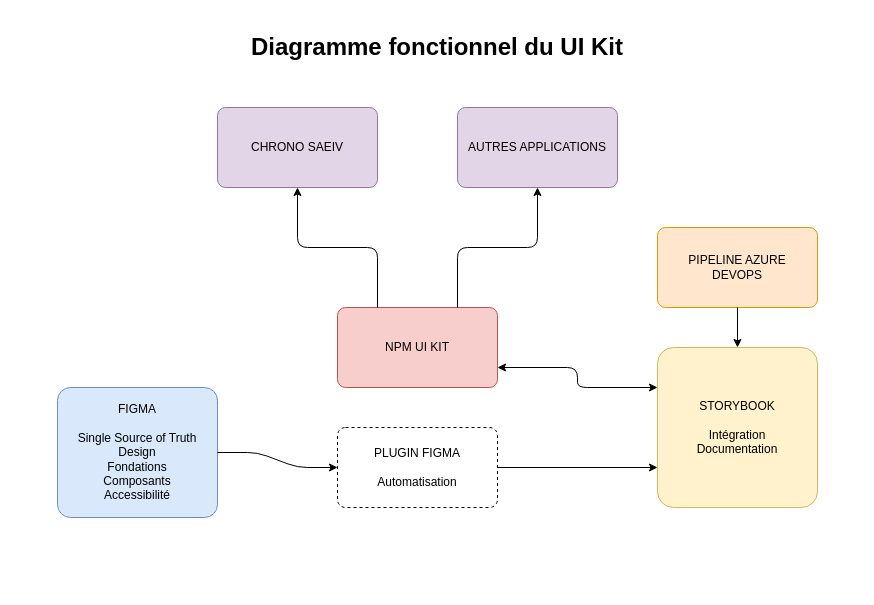
Before: chrono-ui-kit.drawio in Tim-arts/flowcharts, a draw.io diagram. Source tidied: cells renumbered, new cells numbered last; positions are measured from the earlier drawing's top-left corner, leaving out a move shared by most shapes. Both pictures are drawn from the tidied source at 100%, with x=0, y=0 at pixel (17, 27).
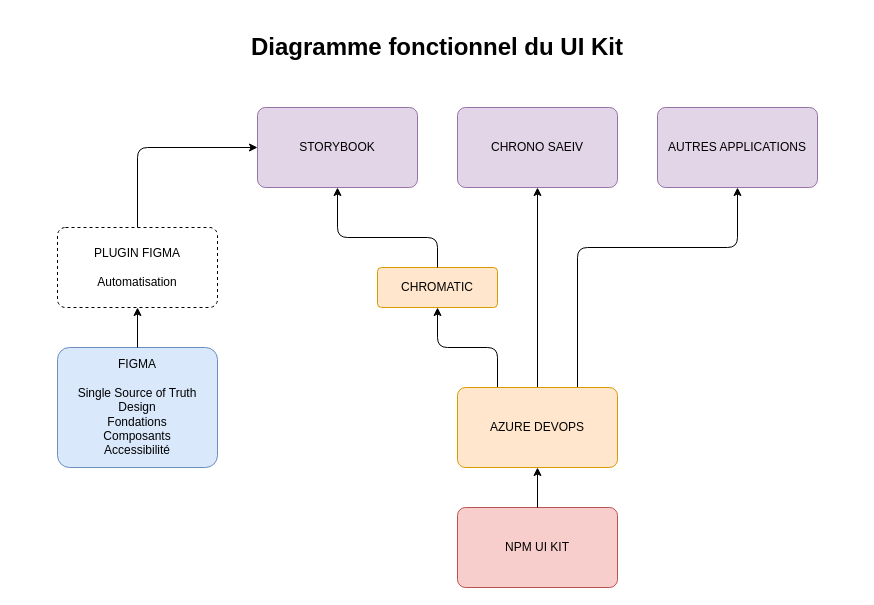
Above is the later version.

What changed in the source:
```diff
@@
     <mxCell id="2" value="&lt;h1&gt;Diagramme fonctionnel du UI Kit&lt;/h1&gt;" style="text;html=1;strokeColor=none;fillColor=none;spacing=5;spacingTop=-20;whiteSpace=wrap;overflow=hidden;rounded=0;align=center;" parent="1" vertex="1">
-      <mxGeometry width="840" height="40" as="geometry" />
+      <mxGeometry x="40" width="760" height="40" as="geometry" />
     </mxCell>
+    <mxCell id="8" value="AUTRES APPLICATIONS" style="rounded=1;whiteSpace=wrap;html=1;arcSize=10;fillColor=#e1d5e7;strokeColor=#9673a6;" parent="1" vertex="1">
+      <mxGeometry x="640" y="80" width="160" height="80" as="geometry" />
+    </mxCell>
+    <mxCell id="12" style="endArrow=classic;html=1;shadow=0;endSize=6;strokeColor=#000000;entryX=0.5;entryY=1;entryDx=0;entryDy=0;exitX=0.75;exitY=0;exitDx=0;exitDy=0;" parent="1" edge="1" source="19" target="8">
+      <mxGeometry relative="1" as="geometry">
+        <Array as="points">
+          <mxPoint x="560" y="220" />
+          <mxPoint x="720" y="220" />
+        </Array>
+      </mxGeometry>
+    </mxCell>
+    <mxCell id="14" value="CHRONO SAEIV" style="rounded=1;whiteSpace=wrap;html=1;arcSize=10;fillColor=#e1d5e7;strokeColor=#9673a6;" parent="1" vertex="1">
+      <mxGeometry x="440" y="80" width="160" height="80" as="geometry" />
+    </mxCell>
+    <mxCell id="16" value="STORYBOOK" style="rounded=1;whiteSpace=wrap;html=1;arcSize=10;fillColor=#e1d5e7;strokeColor=#9673a6;" parent="1" vertex="1">
+      <mxGeometry x="240" y="80" width="160" height="80" as="geometry" />
+    </mxCell>
+    <mxCell id="17" style="endArrow=classic;html=1;exitX=0.25;exitY=0;exitDx=0;exitDy=0;entryX=0.5;entryY=1;entryDx=0;entryDy=0;" parent="1" edge="1" source="19" target="21">
+      <mxGeometry relative="1" as="geometry">
+        <Array as="points">
+          <mxPoint x="480" y="320" />
+          <mxPoint x="420" y="320" />
+        </Array>
+      </mxGeometry>
+    </mxCell>
     <mxCell id="3" value="FIGMA&lt;br&gt;&lt;br&gt;Single Source of Truth&lt;br&gt;Design&lt;br&gt;Fondations&lt;br&gt;Composants&lt;br&gt;Accessibilité" style="rounded=1;whiteSpace=wrap;html=1;arcSize=10;fillColor=#dae8fc;strokeColor=#6c8ebf;" parent="1" vertex="1">
-      <mxGeometry x="40" y="360" width="160" height="130" as="geometry" />
+      <mxGeometry x="40" y="320" width="160" height="120" as="geometry" />
     </mxCell>
-    <mxCell id="4" value="STORYBOOK&lt;br&gt;&lt;br&gt;Intégration&lt;br&gt;Documentation" style="rounded=1;whiteSpace=wrap;html=1;arcSize=10;fillColor=#fff2cc;strokeColor=#d6b656;" parent="1" vertex="1">
-      <mxGeometry x="640" y="320" width="160" height="160" as="geometry" />
-    </mxCell>
-    <mxCell id="5" value="PIPELINE AZURE&lt;br&gt;DEVOPS" style="rounded=1;whiteSpace=wrap;html=1;arcSize=10;fillColor=#ffe6cc;strokeColor=#d79b00;" parent="1" vertex="1">
-      <mxGeometry x="640" y="200" width="160" height="80" as="geometry" />
-    </mxCell>
+    <mxCell id="18" style="endArrow=classic;html=1;shadow=0;endSize=6;strokeColor=#000000;entryX=0.5;entryY=1;entryDx=0;entryDy=0;exitX=0.5;exitY=0;exitDx=0;exitDy=0;" parent="1" edge="1" source="19" target="14">
+      <mxGeometry relative="1" as="geometry" />
+    </mxCell>
+    <mxCell id="9" value="NPM UI KIT" style="rounded=1;whiteSpace=wrap;html=1;arcSize=10;fillColor=#f8cecc;strokeColor=#b85450;" parent="1" vertex="1">
+      <mxGeometry x="440" y="480" width="160" height="80" as="geometry" />
+    </mxCell>
+    <mxCell id="19" value="AZURE DEVOPS" style="whiteSpace=wrap;html=1;rounded=1;strokeColor=#d79b00;fillColor=#ffe6cc;arcSize=10;" parent="1" vertex="1">
+      <mxGeometry x="440" y="360" width="160" height="80" as="geometry" />
+    </mxCell>
+    <mxCell id="20" style="endArrow=classic;html=1;exitX=0.5;exitY=0;exitDx=0;exitDy=0;entryX=0.5;entryY=1;entryDx=0;entryDy=0;" parent="1" edge="1" source="9" target="19">
+      <mxGeometry relative="1" as="geometry" />
+    </mxCell>
+    <mxCell id="21" value="CHROMATIC" style="rounded=1;whiteSpace=wrap;html=1;arcSize=10;fillColor=#ffe6cc;strokeColor=#d79b00;" parent="1" vertex="1">
+      <mxGeometry x="360" y="240" width="120" height="40" as="geometry" />
+    </mxCell>
+    <mxCell id="22" style="endArrow=classic;html=1;exitX=0.5;exitY=0;exitDx=0;exitDy=0;entryX=0.5;entryY=1;entryDx=0;entryDy=0;" parent="1" edge="1" source="21" target="16">
+      <mxGeometry relative="1" as="geometry">
+        <Array as="points">
+          <mxPoint x="420" y="210" />
+          <mxPoint x="320" y="210" />
+        </Array>
+      </mxGeometry>
+    </mxCell>
+    <mxCell id="10" value="PLUGIN FIGMA&lt;br&gt;&lt;br&gt;Automatisation" style="rounded=1;whiteSpace=wrap;html=1;arcSize=10;dashed=1;" parent="1" vertex="1">
+      <mxGeometry x="40" y="200" width="160" height="80" as="geometry" />
+    </mxCell>
-    <mxCell id="6" style="endArrow=classic;html=1;jumpStyle=line;shadow=0;rounded=1;jumpSize=6;endSize=6;fixDash=1;orthogonal=0;comic=0;backgroundOutline=0;entryX=0;entryY=0.5;entryDx=0;entryDy=0;exitX=1;exitY=0.5;exitDx=0;exitDy=0;" parent="1" edge="1" source="3" target="10">
-      <mxGeometry relative="1" as="geometry">
-        <Array as="points">
-          <mxPoint x="240" y="425" />
-          <mxPoint x="280" y="440" />
-        </Array>
-      </mxGeometry>
+    <mxCell id="6" style="endArrow=classic;html=1;exitX=0.5;exitY=0;exitDx=0;exitDy=0;entryX=0.5;entryY=1;entryDx=0;entryDy=0;" parent="1" edge="1" source="3" target="10">
+      <mxGeometry relative="1" as="geometry" />
     </mxCell>
-    <mxCell id="7" style="endArrow=classic;html=1;entryX=0.5;entryY=0;entryDx=0;entryDy=0;exitX=0.5;exitY=1;exitDx=0;exitDy=0;" parent="1" edge="1" source="5" target="4">
-      <mxGeometry relative="1" as="geometry" />
-    </mxCell>
-    <mxCell id="8" value="AUTRES APPLICATIONS" style="rounded=1;whiteSpace=wrap;html=1;arcSize=10;fillColor=#e1d5e7;strokeColor=#9673a6;" parent="1" vertex="1">
-      <mxGeometry x="440" y="80" width="160" height="80" as="geometry" />
-    </mxCell>
-    <mxCell id="9" value="NPM UI KIT" style="rounded=1;whiteSpace=wrap;html=1;arcSize=10;fillColor=#f8cecc;strokeColor=#b85450;" parent="1" vertex="1">
-      <mxGeometry x="320" y="280" width="160" height="80" as="geometry" />
-    </mxCell>
-    <mxCell id="10" value="PLUGIN FIGMA&lt;br&gt;&lt;br&gt;Automatisation" style="rounded=1;whiteSpace=wrap;html=1;arcSize=10;dashed=1;" parent="1" vertex="1">
-      <mxGeometry x="320" y="400" width="160" height="80" as="geometry" />
-    </mxCell>
-    <mxCell id="11" style="endArrow=classic;html=1;shadow=0;endSize=6;strokeColor=#000000;entryX=0;entryY=0.75;entryDx=0;entryDy=0;exitX=1;exitY=0.5;exitDx=0;exitDy=0;" parent="1" edge="1" source="10" target="4">
-      <mxGeometry relative="1" as="geometry" />
-    </mxCell>
-    <mxCell id="12" style="endArrow=classic;html=1;shadow=0;endSize=6;strokeColor=#000000;entryX=0.5;entryY=1;entryDx=0;entryDy=0;exitX=0.75;exitY=0;exitDx=0;exitDy=0;" parent="1" edge="1" source="9" target="8">
-      <mxGeometry relative="1" as="geometry">
-        <Array as="points">
-          <mxPoint x="440" y="220" />
-          <mxPoint x="520" y="220" />
-        </Array>
-      </mxGeometry>
-    </mxCell>
-    <mxCell id="13" style="endArrow=classic;startArrow=classic;html=1;shadow=0;endSize=6;strokeColor=#000000;entryX=0;entryY=0.25;entryDx=0;entryDy=0;exitX=1;exitY=0.75;exitDx=0;exitDy=0;" parent="1" edge="1" source="9" target="4">
-      <mxGeometry relative="1" as="geometry">
-        <Array as="points">
-          <mxPoint x="560" y="340" />
-          <mxPoint x="560" y="360" />
-        </Array>
-      </mxGeometry>
-    </mxCell>
-    <mxCell id="14" value="CHRONO SAEIV" style="rounded=1;whiteSpace=wrap;html=1;arcSize=10;fillColor=#e1d5e7;strokeColor=#9673a6;" parent="1" vertex="1">
-      <mxGeometry x="200" y="80" width="160" height="80" as="geometry" />
-    </mxCell>
-    <mxCell id="15" style="endArrow=classic;html=1;entryX=0.5;entryY=1;entryDx=0;entryDy=0;exitX=0.25;exitY=0;exitDx=0;exitDy=0;" parent="1" edge="1" source="9" target="14">
-      <mxGeometry relative="1" as="geometry">
-        <Array as="points">
-          <mxPoint x="360" y="220" />
-          <mxPoint x="280" y="220" />
-        </Array>
-      </mxGeometry>
-    </mxCell>
+    <mxCell id="23" style="endArrow=classic;html=1;exitX=0.5;exitY=0;exitDx=0;exitDy=0;entryX=0;entryY=0.5;entryDx=0;entryDy=0;" parent="1" edge="1" source="10" target="16">
+      <mxGeometry relative="1" as="geometry">
+        <Array as="points">
+          <mxPoint x="120" y="120" />
+        </Array>
+      </mxGeometry>
+    </mxCell>
```
